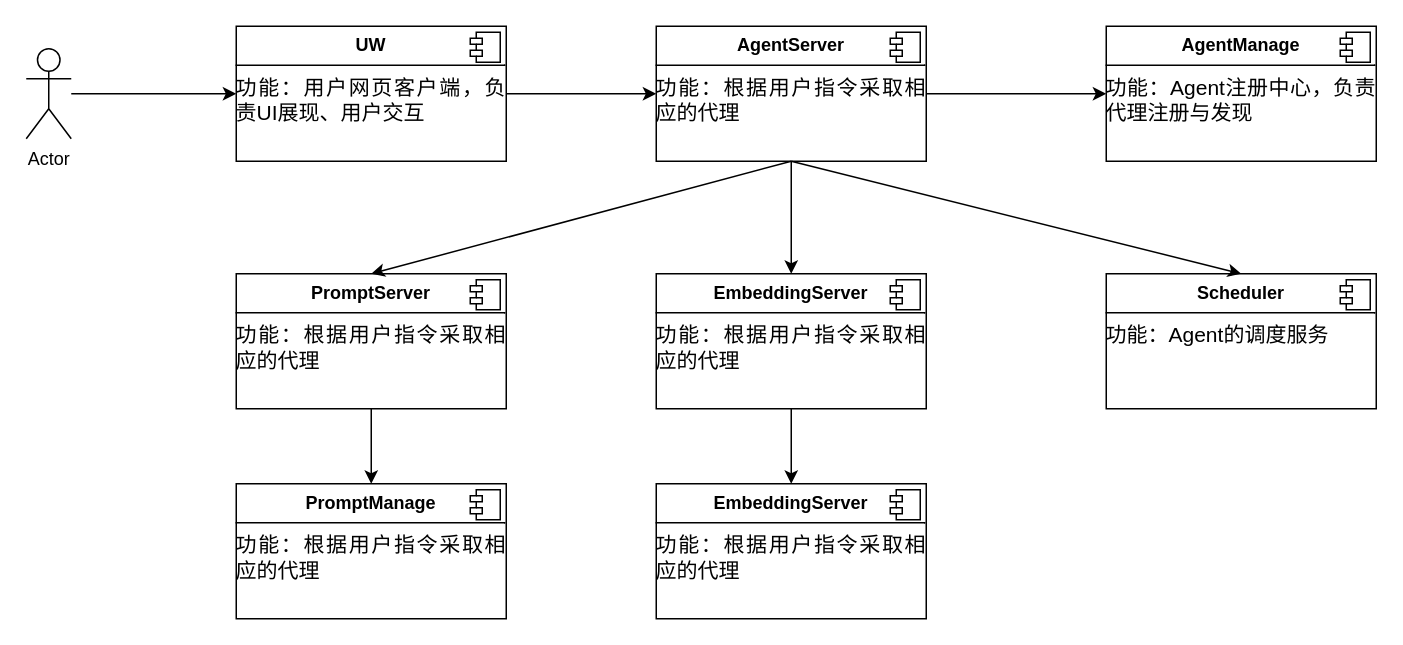
The draw.io diagram 未命名绘图.drawio in KeeaattJj/TestMyProject, before the edit. Source tidied: cells renumbered, new cells numbered last; positions are measured from the earlier drawing's top-left corner, leaving out a move shared by most shapes. Both pictures are drawn from the tidied source at 150%, with x=0, y=0 at pixel (26, 26).
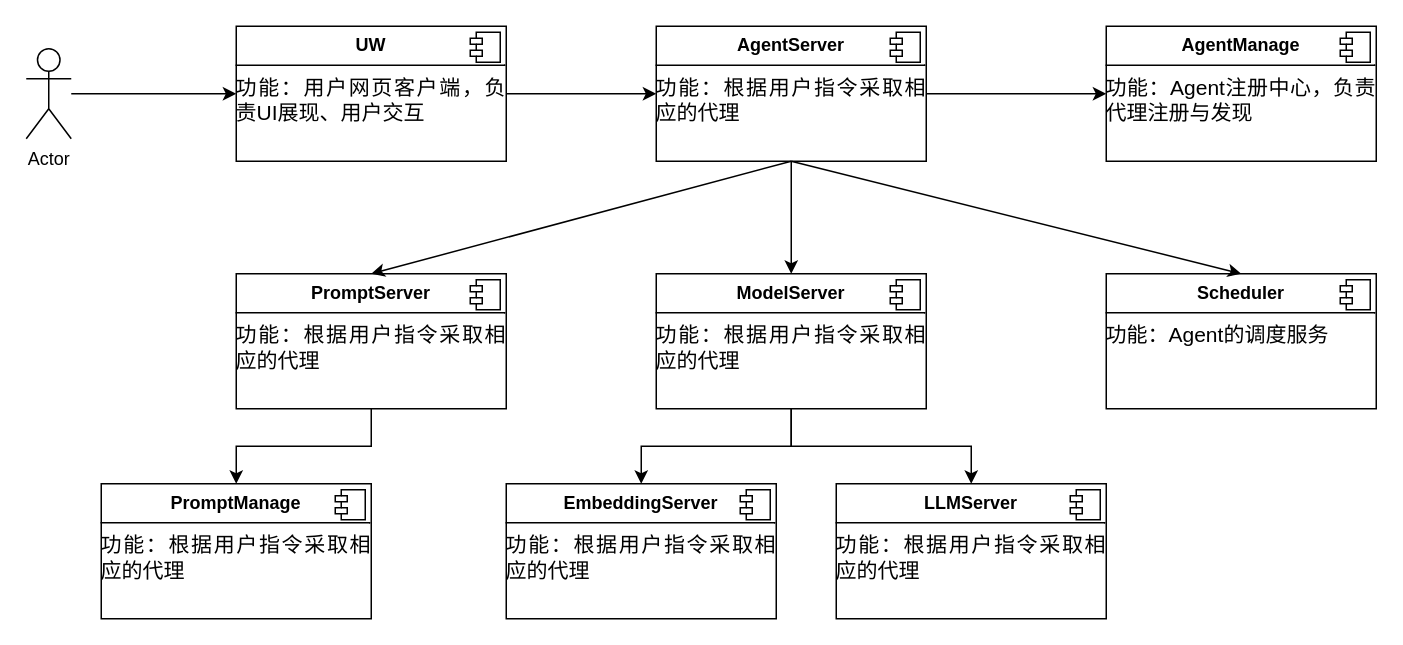
After the change.

Change to the diagram source:
```diff
@@
+    <mxCell id="27" style="edgeStyle=orthogonalEdgeStyle;rounded=0;jettySize=auto;html=1;entryX=0.5;entryY=0;entryDx=0;entryDy=0;" parent="1" edge="1" source="18" target="28">
+      <mxGeometry relative="1" as="geometry" />
+    </mxCell>
-    <mxCell id="18" value="&lt;p style=&quot;margin:0px;margin-top:6px;text-align:center;&quot;&gt;&lt;b&gt;EmbeddingServer&lt;/b&gt;&lt;/p&gt;&lt;hr size=&quot;1&quot; style=&quot;border-style:solid;&quot;&gt;&lt;p style=&quot;margin: 0pt 0pt 0.0001pt; text-align: justify;&quot; class=&quot;MsoNormal&quot;&gt;&lt;span style=&quot;font-family: 微软雅黑; font-size: 10.5pt;&quot;&gt;功能：&lt;/span&gt;&lt;span style=&quot;background-color: initial; text-align: left; font-size: 14px;&quot;&gt;&lt;font face=&quot;微软雅黑&quot;&gt;根据用户指令采取相应的代理&lt;/font&gt;&lt;/span&gt;&lt;/p&gt;" style="align=left;overflow=fill;html=1;whiteSpace=wrap;" parent="1" vertex="1">
+    <mxCell id="18" value="&lt;p style=&quot;margin:0px;margin-top:6px;text-align:center;&quot;&gt;&lt;b&gt;ModelServer&lt;/b&gt;&lt;/p&gt;&lt;hr size=&quot;1&quot; style=&quot;border-style:solid;&quot;&gt;&lt;p style=&quot;margin: 0pt 0pt 0.0001pt; text-align: justify;&quot; class=&quot;MsoNormal&quot;&gt;&lt;span style=&quot;font-family: 微软雅黑; font-size: 10.5pt;&quot;&gt;功能：&lt;/span&gt;&lt;span style=&quot;background-color: initial; text-align: left; font-size: 14px;&quot;&gt;&lt;font face=&quot;微软雅黑&quot;&gt;根据用户指令采取相应的代理&lt;/font&gt;&lt;/span&gt;&lt;/p&gt;" style="align=left;overflow=fill;html=1;whiteSpace=wrap;" parent="1" vertex="1">
       <mxGeometry x="420" y="165" width="180" height="90" as="geometry" />
     </mxCell>
@@
     <mxCell id="20" value="&lt;p style=&quot;margin:0px;margin-top:6px;text-align:center;&quot;&gt;&lt;b&gt;EmbeddingServer&lt;/b&gt;&lt;/p&gt;&lt;hr size=&quot;1&quot; style=&quot;border-style:solid;&quot;&gt;&lt;p style=&quot;margin: 0pt 0pt 0.0001pt; text-align: justify;&quot; class=&quot;MsoNormal&quot;&gt;&lt;span style=&quot;font-family: 微软雅黑; font-size: 10.5pt;&quot;&gt;功能：&lt;/span&gt;&lt;span style=&quot;background-color: initial; text-align: left; font-size: 14px;&quot;&gt;&lt;font face=&quot;微软雅黑&quot;&gt;根据用户指令采取相应的代理&lt;/font&gt;&lt;/span&gt;&lt;/p&gt;" style="align=left;overflow=fill;html=1;whiteSpace=wrap;" parent="1" vertex="1">
-      <mxGeometry x="420" y="305" width="180" height="90" as="geometry" />
+      <mxGeometry x="320" y="305" width="180" height="90" as="geometry" />
     </mxCell>
@@
     <mxCell id="25" value="&lt;p style=&quot;margin:0px;margin-top:6px;text-align:center;&quot;&gt;&lt;b&gt;PromptManage&lt;/b&gt;&lt;/p&gt;&lt;hr size=&quot;1&quot; style=&quot;border-style:solid;&quot;&gt;&lt;p style=&quot;margin: 0pt 0pt 0.0001pt; text-align: justify;&quot; class=&quot;MsoNormal&quot;&gt;&lt;span style=&quot;font-family: 微软雅黑; font-size: 10.5pt;&quot;&gt;功能：&lt;/span&gt;&lt;span style=&quot;background-color: initial; text-align: left; font-size: 14px;&quot;&gt;&lt;font face=&quot;微软雅黑&quot;&gt;根据用户指令采取相应的代理&lt;/font&gt;&lt;/span&gt;&lt;/p&gt;" style="align=left;overflow=fill;html=1;whiteSpace=wrap;" parent="1" vertex="1">
-      <mxGeometry x="140" y="305" width="180" height="90" as="geometry" />
+      <mxGeometry x="50" y="305" width="180" height="90" as="geometry" />
     </mxCell>
@@
+    <mxCell id="28" value="&lt;p style=&quot;margin:0px;margin-top:6px;text-align:center;&quot;&gt;&lt;b&gt;LLMServer&lt;/b&gt;&lt;/p&gt;&lt;hr size=&quot;1&quot; style=&quot;border-style:solid;&quot;&gt;&lt;p style=&quot;margin: 0pt 0pt 0.0001pt; text-align: justify;&quot; class=&quot;MsoNormal&quot;&gt;&lt;span style=&quot;font-family: 微软雅黑; font-size: 10.5pt;&quot;&gt;功能：&lt;/span&gt;&lt;span style=&quot;background-color: initial; text-align: left; font-size: 14px;&quot;&gt;&lt;font face=&quot;微软雅黑&quot;&gt;根据用户指令采取相应的代理&lt;/font&gt;&lt;/span&gt;&lt;/p&gt;" style="align=left;overflow=fill;html=1;whiteSpace=wrap;" parent="1" vertex="1">
+      <mxGeometry x="540" y="305" width="180" height="90" as="geometry" />
+    </mxCell>
+    <mxCell id="29" style="shape=component;jettyWidth=8;jettyHeight=4;" parent="28" vertex="1">
+      <mxGeometry x="1" width="20" height="20" relative="1" as="geometry">
+        <mxPoint x="-24" y="4" as="offset" />
+      </mxGeometry>
+    </mxCell>
```
